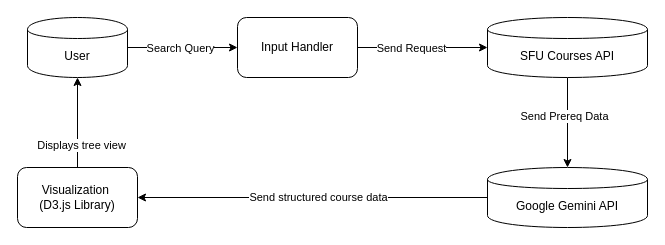
alexchen817/stormhacks2025-sfu-course-map keeps this draw.io diagram as design/lowerLevelDFD.drawio. Above is the earlier version. Source tidied: cells renumbered, new cells numbered last; positions are measured from the earlier drawing's top-left corner, leaving out a move shared by most shapes. Both pictures are drawn from the tidied source at 100%, with x=0, y=0 at pixel (17, 17).
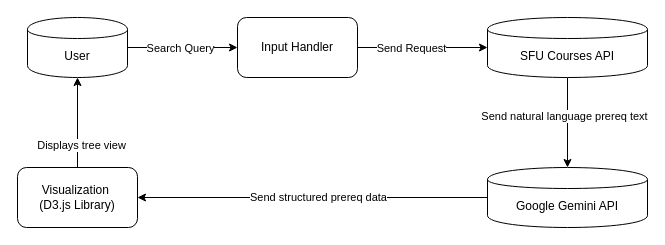
The same diagram, later.

The edit, as a diff of the source:
```diff
@@
 <mxGraphModel>
   <root>
     <mxCell id="0" />
     <mxCell id="1" parent="0" />
     <mxCell id="2" style="edgeStyle=orthogonalEdgeStyle;rounded=0;jettySize=auto;html=1;entryX=0;entryY=0.5;entryDx=0;entryDy=0;" parent="1" edge="1" source="4" target="13">
       <mxGeometry relative="1" as="geometry" />
     </mxCell>
     <mxCell id="3" value="Search Query" style="edgeLabel;html=1;align=center;verticalAlign=middle;" parent="2" vertex="1">
       <mxGeometry x="-0.06" relative="1" as="geometry" />
     </mxCell>
     <mxCell id="4" value="User" style="shape=cylinder;whiteSpace=wrap;html=1;boundedLbl=1;" parent="1" vertex="1">
       <mxGeometry x="10" width="100" height="60" as="geometry" />
     </mxCell>
     <mxCell id="5" style="edgeStyle=orthogonalEdgeStyle;rounded=0;jettySize=auto;html=1;" parent="1" edge="1" source="7" target="10">
       <mxGeometry relative="1" as="geometry" />
     </mxCell>
-    <mxCell id="6" value="Send Prereq Data" style="edgeLabel;html=1;align=center;verticalAlign=middle;" parent="5" vertex="1">
+    <mxCell id="6" value="Send natural language prereq text" style="edgeLabel;html=1;align=center;verticalAlign=middle;" parent="5" vertex="1">
       <mxGeometry x="-0.16" y="-4" relative="1" as="geometry" />
     </mxCell>
     <mxCell id="7" value="SFU Courses API" style="shape=cylinder;whiteSpace=wrap;html=1;boundedLbl=1;" parent="1" vertex="1">
       <mxGeometry x="470" width="160" height="60" as="geometry" />
     </mxCell>
     <mxCell id="8" style="edgeStyle=orthogonalEdgeStyle;rounded=0;jettySize=auto;html=1;entryX=1;entryY=0.5;entryDx=0;entryDy=0;" parent="1" edge="1" source="10" target="16">
       <mxGeometry relative="1" as="geometry" />
     </mxCell>
-    <mxCell id="9" value="Send structured course data" style="edgeLabel;html=1;align=center;verticalAlign=middle;" parent="8" vertex="1">
+    <mxCell id="9" value="Send structured prereq data" style="edgeLabel;html=1;align=center;verticalAlign=middle;" parent="8" vertex="1">
       <mxGeometry x="-0.03" y="-1" relative="1" as="geometry" />
     </mxCell>
     <mxCell id="10" value="Google Gemini API" style="shape=cylinder;whiteSpace=wrap;html=1;boundedLbl=1;" parent="1" vertex="1">
       <mxGeometry x="470" y="150" width="160" height="60" as="geometry" />
     </mxCell>
     <mxCell id="11" style="edgeStyle=orthogonalEdgeStyle;rounded=0;jettySize=auto;html=1;" parent="1" edge="1" source="13" target="7">
       <mxGeometry relative="1" as="geometry" />
     </mxCell>
     <mxCell id="12" value="Send Request" style="edgeLabel;html=1;align=center;verticalAlign=middle;" parent="11" vertex="1">
       <mxGeometry x="-0.18" relative="1" as="geometry" />
     </mxCell>
     <mxCell id="13" value="Input Handler" style="rounded=1;whiteSpace=wrap;html=1;" parent="1" vertex="1">
       <mxGeometry x="220" width="120" height="60" as="geometry" />
     </mxCell>
     <mxCell id="14" style="edgeStyle=orthogonalEdgeStyle;rounded=0;jettySize=auto;html=1;entryX=0.5;entryY=1;entryDx=0;entryDy=0;" parent="1" edge="1" source="16" target="4">
       <mxGeometry relative="1" as="geometry" />
     </mxCell>
     <mxCell id="15" value="Displays tree view" style="edgeLabel;html=1;align=center;verticalAlign=middle;" parent="14" vertex="1">
       <mxGeometry x="-0.49" y="-3" relative="1" as="geometry" />
     </mxCell>
     <mxCell id="16" value="Visualization&amp;nbsp;&lt;div&gt;(D3.js Library)&lt;/div&gt;" style="rounded=1;whiteSpace=wrap;html=1;" parent="1" vertex="1">
       <mxGeometry y="150" width="120" height="60" as="geometry" />
     </mxCell>
   </root>
 </mxGraphModel>
```
